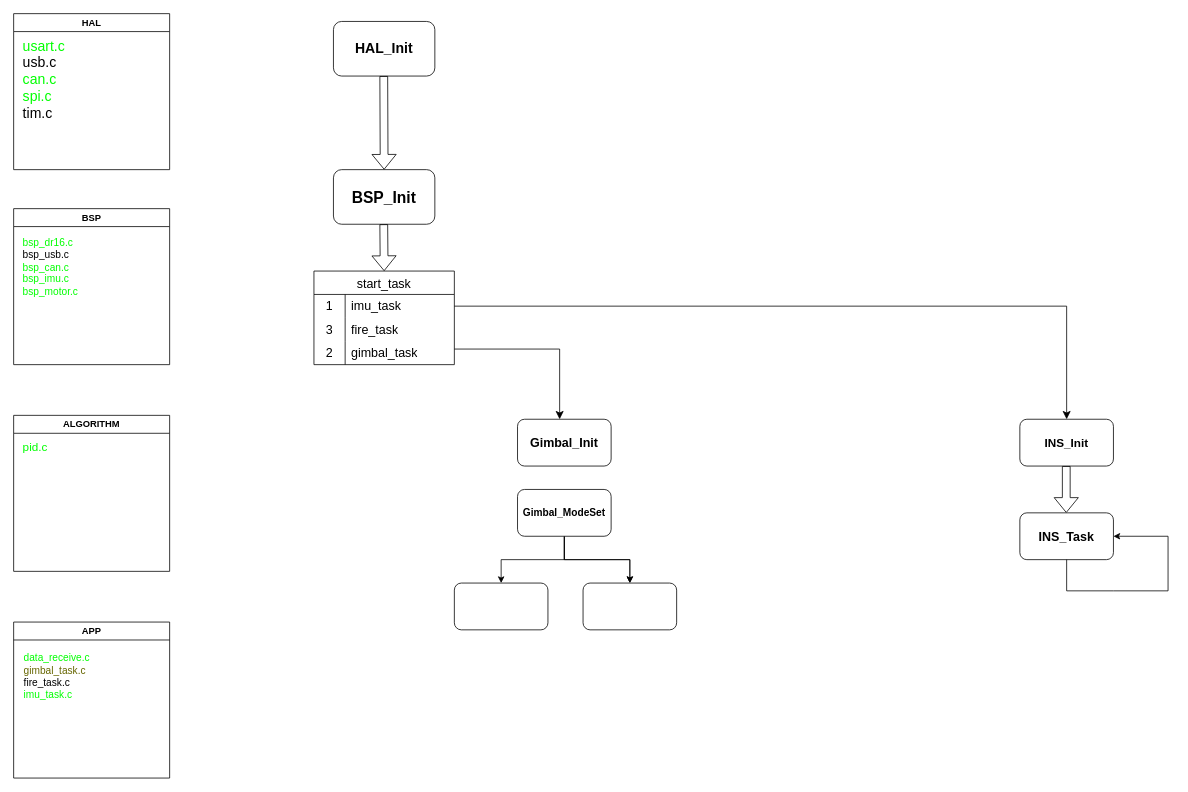
Before: demo.drawio in CAYON2023/Git-CAYON, a draw.io diagram. Source tidied: cells renumbered, new cells numbered last; positions are measured from the earlier drawing's top-left corner, leaving out a move shared by most shapes. Both pictures are drawn from the tidied source at 78%, with x=0, y=0 at pixel (13, 13).
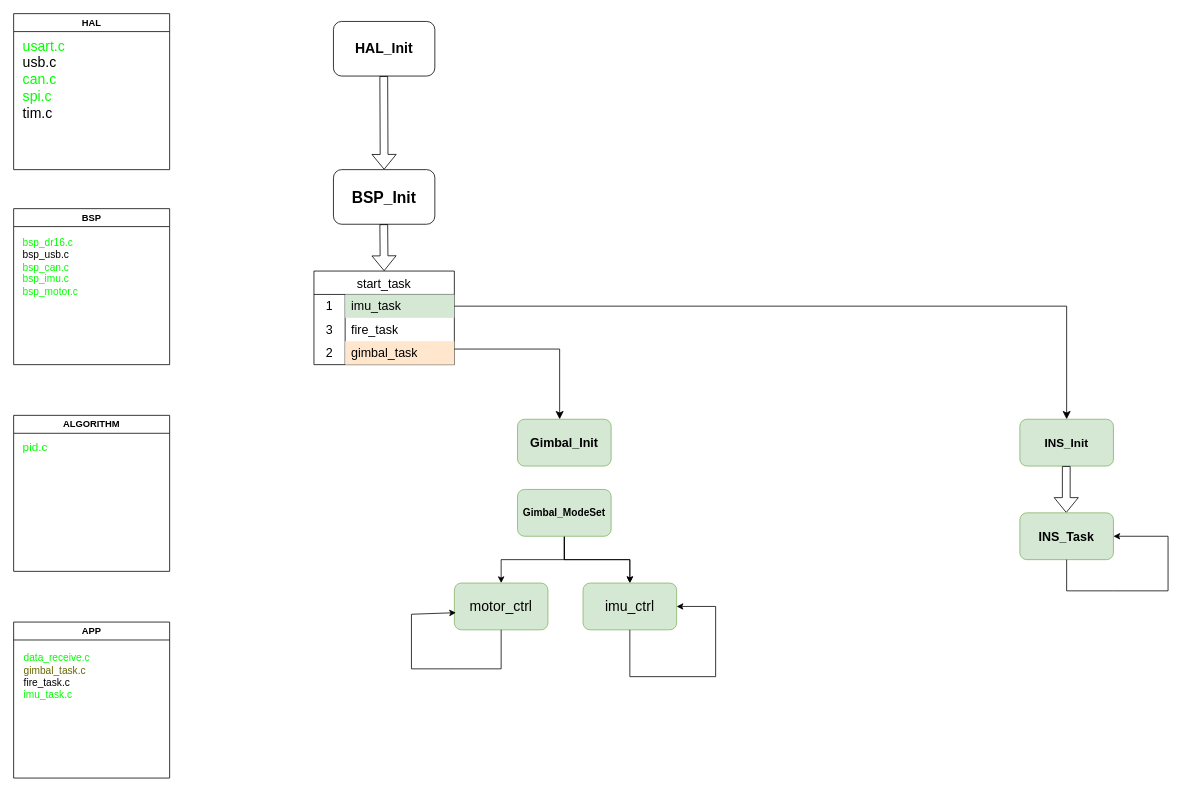
The same diagram, later.

The change refers to these unchanged cells:
```xml
<mxCell id="15" style="shape=tableRow;horizontal=0;startSize=0;swimlaneHead=0;swimlaneBody=0;top=0;left=0;bottom=0;right=0;fillColor=none;points=[[0,0.5],[1,0.5]];portConstraint=eastwest;strokeColor=inherit;fontSize=16;" parent="14" vertex="1">
  <mxGeometry y="30" width="180" height="30" as="geometry" />
</mxCell>
<mxCell id="21" style="shape=tableRow;horizontal=0;startSize=0;swimlaneHead=0;swimlaneBody=0;top=0;left=0;bottom=0;right=0;fillColor=none;points=[[0,0.5],[1,0.5]];portConstraint=eastwest;strokeColor=inherit;fontSize=16;" parent="14" vertex="1">
  <mxGeometry y="90" width="180" height="30" as="geometry" />
</mxCell>
```

Change to the diagram source:
```diff
@@
-    <mxCell id="17" value="imu_task" style="shape=partialRectangle;html=1;whiteSpace=wrap;fillColor=none;top=0;left=0;bottom=0;right=0;align=left;spacingLeft=6;overflow=hidden;strokeColor=inherit;fontSize=16;" parent="15" vertex="1">
+    <mxCell id="17" value="imu_task" style="shape=partialRectangle;html=1;whiteSpace=wrap;fillColor=#d5e8d4;top=0;left=0;bottom=0;right=0;align=left;spacingLeft=6;overflow=hidden;strokeColor=#82b366;fontSize=16;" parent="15" vertex="1">
       <mxGeometry x="40" width="140" height="30" as="geometry" />
     </mxCell>
@@
-    <mxCell id="23" value="gimbal_task" style="shape=partialRectangle;html=1;whiteSpace=wrap;fillColor=none;top=0;left=0;bottom=0;right=0;align=left;spacingLeft=6;overflow=hidden;strokeColor=inherit;fontSize=16;" parent="21" vertex="1">
+    <mxCell id="23" value="gimbal_task" style="shape=partialRectangle;html=1;whiteSpace=wrap;fillColor=#ffe6cc;top=0;left=0;bottom=0;right=0;align=left;spacingLeft=6;overflow=hidden;strokeColor=#d79b00;fontSize=16;" parent="21" vertex="1">
       <mxGeometry x="40" width="140" height="30" as="geometry" />
     </mxCell>
@@
-    <mxCell id="25" value="&lt;b&gt;&lt;font style=&quot;font-size: 15px;&quot;&gt;INS_Init&lt;/font&gt;&lt;/b&gt;" style="rounded=1;whiteSpace=wrap;html=1;" parent="1" vertex="1">
+    <mxCell id="25" value="&lt;b&gt;&lt;font style=&quot;font-size: 15px;&quot;&gt;INS_Init&lt;/font&gt;&lt;/b&gt;" style="rounded=1;whiteSpace=wrap;html=1;fillColor=#d5e8d4;strokeColor=#82b366;" parent="1" vertex="1">
       <mxGeometry x="1290" y="520" width="120" height="60" as="geometry" />
     </mxCell>
@@
-    <mxCell id="27" value="&lt;b&gt;&lt;font style=&quot;font-size: 16px;&quot;&gt;INS_Task&lt;/font&gt;&lt;/b&gt;" style="rounded=1;whiteSpace=wrap;html=1;" parent="1" vertex="1">
+    <mxCell id="27" value="&lt;b&gt;&lt;font style=&quot;font-size: 16px;&quot;&gt;INS_Task&lt;/font&gt;&lt;/b&gt;" style="rounded=1;whiteSpace=wrap;html=1;fillColor=#d5e8d4;strokeColor=#82b366;" parent="1" vertex="1">
       <mxGeometry x="1290" y="640" width="120" height="60" as="geometry" />
     </mxCell>
@@
-    <mxCell id="30" value="&lt;b&gt;&lt;font style=&quot;font-size: 16px;&quot;&gt;Gimbal_Init&lt;/font&gt;&lt;/b&gt;" style="rounded=1;whiteSpace=wrap;html=1;" parent="1" vertex="1">
+    <mxCell id="30" value="&lt;b&gt;&lt;font style=&quot;font-size: 16px;&quot;&gt;Gimbal_Init&lt;/font&gt;&lt;/b&gt;" style="rounded=1;whiteSpace=wrap;html=1;fillColor=#d5e8d4;strokeColor=#82b366;" parent="1" vertex="1">
       <mxGeometry x="646" y="520" width="120" height="60" as="geometry" />
     </mxCell>
@@
-    <mxCell id="34" value="&lt;b style=&quot;&quot;&gt;&lt;font style=&quot;font-size: 13px;&quot;&gt;Gimbal_ModeSet&lt;/font&gt;&lt;br&gt;&lt;/b&gt;" style="rounded=1;whiteSpace=wrap;html=1;" parent="1" vertex="1">
+    <mxCell id="34" value="&lt;b style=&quot;&quot;&gt;&lt;font style=&quot;font-size: 13px;&quot;&gt;Gimbal_ModeSet&lt;/font&gt;&lt;br&gt;&lt;/b&gt;" style="rounded=1;whiteSpace=wrap;html=1;fillColor=#d5e8d4;strokeColor=#82b366;" parent="1" vertex="1">
       <mxGeometry x="646" y="610" width="120" height="60" as="geometry" />
     </mxCell>
-    <mxCell id="35" style="whiteSpace=wrap;html=1;rounded=1;" parent="1" vertex="1">
+    <mxCell id="35" value="&lt;font style=&quot;font-size: 18px;&quot;&gt;motor_ctrl&lt;/font&gt;" style="whiteSpace=wrap;html=1;rounded=1;fillColor=#d5e8d4;strokeColor=#82b366;" parent="1" vertex="1">
       <mxGeometry x="565" y="730" width="120" height="60" as="geometry" />
     </mxCell>
-    <mxCell id="36" style="whiteSpace=wrap;html=1;rounded=1;" parent="1" vertex="1">
+    <mxCell id="36" value="&lt;font style=&quot;font-size: 18px;&quot;&gt;imu_ctrl&lt;/font&gt;" style="whiteSpace=wrap;html=1;rounded=1;fillColor=#d5e8d4;strokeColor=#82b366;" parent="1" vertex="1">
       <mxGeometry x="730" y="730" width="120" height="60" as="geometry" />
     </mxCell>
+    <mxCell id="37" style="endArrow=classic;html=1;rounded=0;exitX=0.5;exitY=1;exitDx=0;exitDy=0;entryX=0.017;entryY=0.633;entryDx=0;entryDy=0;entryPerimeter=0;" parent="1" edge="1" source="35" target="35">
+      <mxGeometry relative="1" as="geometry">
+        <Array as="points">
+          <mxPoint x="625" y="840" />
+          <mxPoint x="567" y="840" />
+          <mxPoint x="510" y="840" />
+          <mxPoint x="510" y="770" />
+        </Array>
+      </mxGeometry>
+    </mxCell>
+    <mxCell id="38" style="endArrow=classic;html=1;rounded=0;exitX=0.5;exitY=1;exitDx=0;exitDy=0;entryX=1;entryY=0.5;entryDx=0;entryDy=0;" parent="1" edge="1" source="36" target="36">
+      <mxGeometry relative="1" as="geometry">
+        <Array as="points">
+          <mxPoint x="790" y="850" />
+          <mxPoint x="900" y="850" />
+          <mxPoint x="900" y="760" />
+        </Array>
+      </mxGeometry>
+    </mxCell>
```
